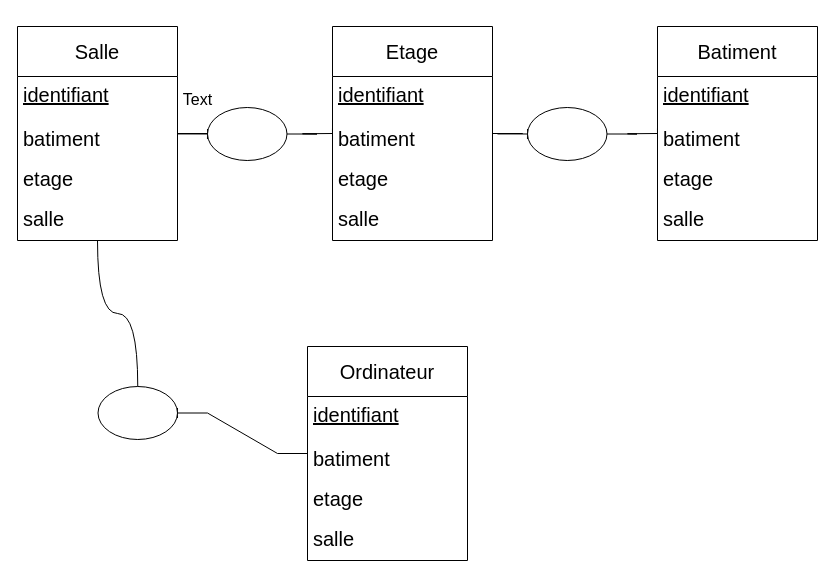
The draw.io diagram TD merise avancee 1.drawio in black-purple/diagrams, before the edit. Source tidied: cells renumbered, new cells numbered last; positions are measured from the earlier drawing's top-left corner, leaving out a move shared by most shapes. Both pictures are drawn from the tidied source at 100%, with x=0, y=0 at pixel (17, 26).
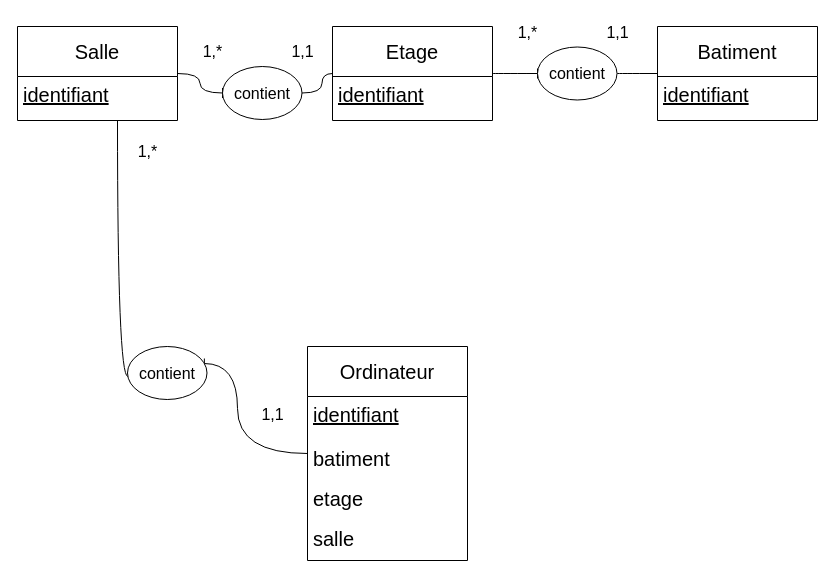
Above is the later version.

Unchanged cells that the change refers to:
```xml
<mxCell id="2" value="Ordinateur" style="swimlane;fontStyle=0;horizontal=1;startSize=50;fillColor=none;whiteSpace=wrap;html=1;fontSize=20;" parent="1" vertex="1">
  <mxGeometry x="290" y="320" width="160" height="214" as="geometry" />
</mxCell>
```

Change to the diagram source:
```diff
@@
-    <mxCell id="7" style="edgeStyle=entityRelationEdgeStyle;rounded=0;jettySize=auto;html=1;fontSize=12;startSize=8;endSize=8;endArrow=baseDash;endFill=0;" parent="1" edge="1" source="27" target="19">
+    <mxCell id="7" style="edgeStyle=orthogonalEdgeStyle;rounded=0;jettySize=auto;html=1;fontSize=12;startSize=8;endSize=8;endArrow=baseDash;endFill=0;curved=1;" parent="1" edge="1" source="27" target="19">
       <mxGeometry relative="1" as="geometry" />
     </mxCell>
     <mxCell id="8" value="Salle" style="swimlane;fontStyle=0;horizontal=1;startSize=50;fillColor=none;whiteSpace=wrap;html=1;fontSize=20;" parent="1" vertex="1">
-      <mxGeometry width="160" height="214" as="geometry" />
+      <mxGeometry width="160" height="94" as="geometry" />
     </mxCell>
@@
-    <mxCell id="10" value="batiment" style="text;strokeColor=none;fillColor=none;align=left;verticalAlign=top;spacingLeft=4;spacingRight=4;overflow=hidden;whiteSpace=wrap;html=1;fontSize=20;imageWidth=27;imageHeight=27;" parent="8" vertex="1">
-      <mxGeometry y="94" width="160" height="40" as="geometry" />
-    </mxCell>
-    <mxCell id="11" value="etage" style="text;strokeColor=none;fillColor=none;align=left;verticalAlign=top;spacingLeft=4;spacingRight=4;overflow=hidden;whiteSpace=wrap;html=1;fontSize=20;" parent="8" vertex="1">
-      <mxGeometry y="134" width="160" height="40" as="geometry" />
-    </mxCell>
-    <mxCell id="12" value="salle" style="text;strokeColor=none;fillColor=none;align=left;verticalAlign=top;spacingLeft=4;spacingRight=4;overflow=hidden;whiteSpace=wrap;html=1;fontSize=20;" parent="8" vertex="1">
-      <mxGeometry y="174" width="160" height="40" as="geometry" />
-    </mxCell>
     <mxCell id="13" value="Batiment" style="swimlane;fontStyle=0;horizontal=1;startSize=50;fillColor=none;whiteSpace=wrap;html=1;fontSize=20;" parent="1" vertex="1">
-      <mxGeometry x="640" width="160" height="214" as="geometry" />
+      <mxGeometry x="640" width="160" height="94" as="geometry" />
     </mxCell>
@@
-    <mxCell id="15" value="batiment" style="text;strokeColor=none;fillColor=none;align=left;verticalAlign=top;spacingLeft=4;spacingRight=4;overflow=hidden;whiteSpace=wrap;html=1;fontSize=20;imageWidth=27;imageHeight=27;" parent="13" vertex="1">
-      <mxGeometry y="94" width="160" height="40" as="geometry" />
-    </mxCell>
-    <mxCell id="16" value="etage" style="text;strokeColor=none;fillColor=none;align=left;verticalAlign=top;spacingLeft=4;spacingRight=4;overflow=hidden;whiteSpace=wrap;html=1;fontSize=20;" parent="13" vertex="1">
-      <mxGeometry y="134" width="160" height="40" as="geometry" />
-    </mxCell>
-    <mxCell id="17" value="salle" style="text;strokeColor=none;fillColor=none;align=left;verticalAlign=top;spacingLeft=4;spacingRight=4;overflow=hidden;whiteSpace=wrap;html=1;fontSize=20;" parent="13" vertex="1">
-      <mxGeometry y="174" width="160" height="40" as="geometry" />
-    </mxCell>
-    <mxCell id="18" style="edgeStyle=entityRelationEdgeStyle;rounded=0;jettySize=auto;html=1;fontSize=12;startSize=8;endSize=8;endArrow=baseDash;endFill=0;" parent="1" edge="1" source="25" target="13">
+    <mxCell id="18" style="edgeStyle=orthogonalEdgeStyle;rounded=0;jettySize=auto;html=1;fontSize=12;startSize=8;endSize=8;endArrow=baseDash;endFill=0;curved=1;" parent="1" edge="1" source="25" target="13">
       <mxGeometry relative="1" as="geometry" />
     </mxCell>
     <mxCell id="19" value="Etage" style="swimlane;fontStyle=0;horizontal=1;startSize=50;fillColor=none;whiteSpace=wrap;html=1;fontSize=20;" parent="1" vertex="1">
-      <mxGeometry x="315" width="160" height="214" as="geometry" />
+      <mxGeometry x="315" width="160" height="94" as="geometry" />
     </mxCell>
@@
-    <mxCell id="21" value="batiment" style="text;strokeColor=none;fillColor=none;align=left;verticalAlign=top;spacingLeft=4;spacingRight=4;overflow=hidden;whiteSpace=wrap;html=1;fontSize=20;imageWidth=27;imageHeight=27;" parent="19" vertex="1">
-      <mxGeometry y="94" width="160" height="40" as="geometry" />
-    </mxCell>
-    <mxCell id="22" value="etage" style="text;strokeColor=none;fillColor=none;align=left;verticalAlign=top;spacingLeft=4;spacingRight=4;overflow=hidden;whiteSpace=wrap;html=1;fontSize=20;" parent="19" vertex="1">
-      <mxGeometry y="134" width="160" height="40" as="geometry" />
-    </mxCell>
-    <mxCell id="23" value="salle" style="text;strokeColor=none;fillColor=none;align=left;verticalAlign=top;spacingLeft=4;spacingRight=4;overflow=hidden;whiteSpace=wrap;html=1;fontSize=20;" parent="19" vertex="1">
-      <mxGeometry y="174" width="160" height="40" as="geometry" />
-    </mxCell>
-    <mxCell id="24" style="edgeStyle=entityRelationEdgeStyle;rounded=0;jettySize=auto;html=1;fontSize=12;startSize=8;endSize=8;endArrow=baseDash;endFill=0;" parent="1" edge="1" source="19" target="25">
+    <mxCell id="24" style="edgeStyle=orthogonalEdgeStyle;rounded=0;jettySize=auto;html=1;fontSize=12;startSize=8;endSize=8;endArrow=baseDash;endFill=0;curved=1;" parent="1" edge="1" source="19" target="25">
       <mxGeometry relative="1" as="geometry" />
     </mxCell>
-    <mxCell id="25" style="ellipse;whiteSpace=wrap;html=1;fontSize=16;" parent="1" vertex="1">
-      <mxGeometry x="510" y="81" width="79.5" height="53" as="geometry" />
+    <mxCell id="25" value="contient" style="ellipse;whiteSpace=wrap;html=1;fontSize=16;" parent="1" vertex="1">
+      <mxGeometry x="520" y="20.5" width="79.5" height="53" as="geometry" />
     </mxCell>
-    <mxCell id="26" style="edgeStyle=entityRelationEdgeStyle;rounded=0;jettySize=auto;html=1;fontSize=12;startSize=8;endSize=8;strokeColor=default;endArrow=baseDash;endFill=0;" parent="1" edge="1" source="8" target="27">
+    <mxCell id="26" style="edgeStyle=orthogonalEdgeStyle;rounded=0;jettySize=auto;html=1;fontSize=12;startSize=8;endSize=8;strokeColor=default;endArrow=baseDash;endFill=0;curved=1;" parent="1" edge="1" source="8" target="27">
       <mxGeometry relative="1" as="geometry" />
     </mxCell>
-    <mxCell id="27" style="ellipse;whiteSpace=wrap;html=1;fontSize=16;" parent="1" vertex="1">
-      <mxGeometry x="190" y="81" width="79.5" height="53" as="geometry" />
+    <mxCell id="27" value="contient" style="ellipse;whiteSpace=wrap;html=1;fontSize=16;" parent="1" vertex="1">
+      <mxGeometry x="205" y="40" width="79.5" height="53" as="geometry" />
     </mxCell>
-    <mxCell id="28" style="edgeStyle=entityRelationEdgeStyle;rounded=0;jettySize=auto;html=1;fontSize=12;startSize=8;endSize=8;endArrow=baseDash;endFill=0;" parent="1" edge="1" source="2" target="30">
-      <mxGeometry relative="1" as="geometry" />
+    <mxCell id="28" style="edgeStyle=orthogonalEdgeStyle;rounded=0;jettySize=auto;html=1;fontSize=12;startSize=8;endSize=8;endArrow=baseDash;endFill=0;curved=1;" parent="1" edge="1" source="2" target="30">
+      <mxGeometry relative="1" as="geometry">
+        <Array as="points">
+          <mxPoint x="220" y="427" />
+          <mxPoint x="220" y="337" />
+        </Array>
+      </mxGeometry>
     </mxCell>
     <mxCell id="29" style="edgeStyle=orthogonalEdgeStyle;rounded=0;jettySize=auto;html=1;fontSize=12;startSize=8;endSize=8;curved=1;endArrow=baseDash;endFill=0;" parent="1" edge="1" source="30" target="8">
-      <mxGeometry relative="1" as="geometry" />
+      <mxGeometry relative="1" as="geometry">
+        <Array as="points">
+          <mxPoint x="100" y="350" />
+        </Array>
+      </mxGeometry>
     </mxCell>
-    <mxCell id="30" style="ellipse;whiteSpace=wrap;html=1;fontSize=16;" parent="1" vertex="1">
-      <mxGeometry x="80.5" y="360" width="79.5" height="53" as="geometry" />
+    <mxCell id="30" value="contient" style="ellipse;whiteSpace=wrap;html=1;fontSize=16;" parent="1" vertex="1">
+      <mxGeometry x="110" y="320" width="79.5" height="53" as="geometry" />
     </mxCell>
-    <mxCell id="31" value="Text" style="text;html=1;align=center;verticalAlign=middle;strokeColor=none;fillColor=none;fontSize=16;" parent="1" vertex="1">
-      <mxGeometry x="155" y="58" width="50" height="30" as="geometry" />
+    <mxCell id="31" value="1,1" style="text;html=1;align=center;verticalAlign=middle;strokeColor=none;fillColor=none;fontSize=16;" parent="1" vertex="1">
+      <mxGeometry x="260" y="10" width="50" height="30" as="geometry" />
     </mxCell>
+    <mxCell id="32" value="1,*" style="text;html=1;align=center;verticalAlign=middle;strokeColor=none;fillColor=none;fontSize=16;" parent="1" vertex="1">
+      <mxGeometry x="175" y="10" width="40" height="30" as="geometry" />
+    </mxCell>
+    <mxCell id="33" value="1,*" style="text;html=1;align=center;verticalAlign=middle;strokeColor=none;fillColor=none;fontSize=16;" parent="1" vertex="1">
+      <mxGeometry x="490" y="-9.5" width="40" height="30" as="geometry" />
+    </mxCell>
+    <mxCell id="34" value="1,1" style="text;html=1;align=center;verticalAlign=middle;strokeColor=none;fillColor=none;fontSize=16;" parent="1" vertex="1">
+      <mxGeometry x="575" y="-9.5" width="50" height="30" as="geometry" />
+    </mxCell>
+    <mxCell id="35" value="1,*" style="text;html=1;align=center;verticalAlign=middle;strokeColor=none;fillColor=none;fontSize=16;" parent="1" vertex="1">
+      <mxGeometry x="110" y="110" width="40" height="30" as="geometry" />
+    </mxCell>
+    <mxCell id="36" value="1,1" style="text;html=1;align=center;verticalAlign=middle;strokeColor=none;fillColor=none;fontSize=16;" parent="1" vertex="1">
+      <mxGeometry x="230" y="373" width="50" height="30" as="geometry" />
+    </mxCell>
```
